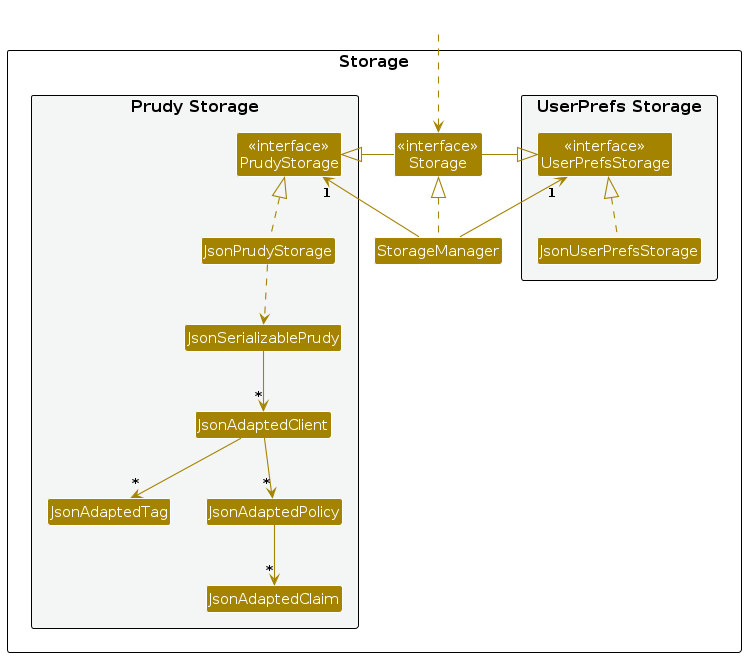
Above: diagrams/StorageClassDiagram.png in AY2425S1-CS2103T-T14-1/tp (PlantUML), before the change. Its source is kept beside it as diagrams/StorageClassDiagram.puml.
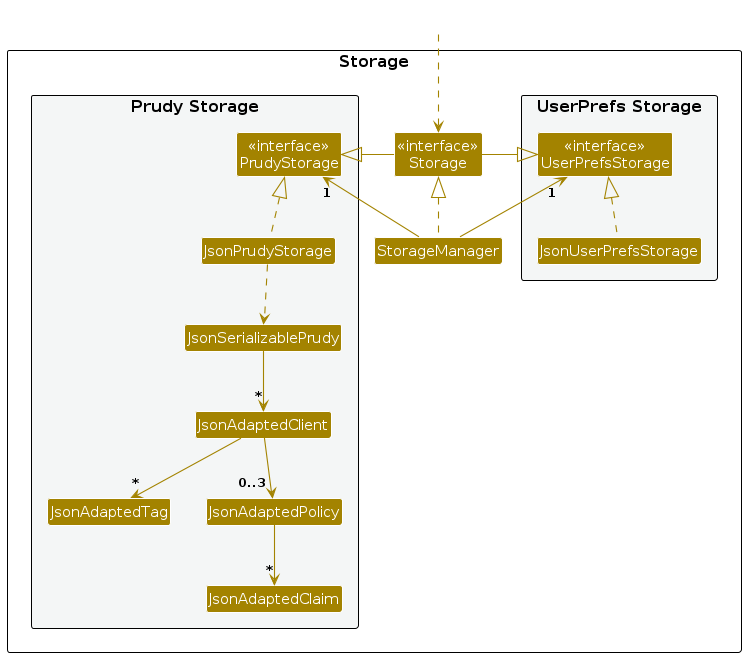
After the change.

Diff of the diagram source:
```diff
@@ -41,6 +41,7 @@
 JsonPrudyStorage ..> JsonSerializablePrudy
 JsonSerializablePrudy --> "*" JsonAdaptedClient
 JsonAdaptedClient --> "*" JsonAdaptedTag
-JsonAdaptedClient --> "*" JsonAdaptedPolicy
+JsonAdaptedClient --> "0..3" JsonAdaptedPolicy
 JsonAdaptedPolicy --> "*" JsonAdaptedClaim
+
 @enduml
```
